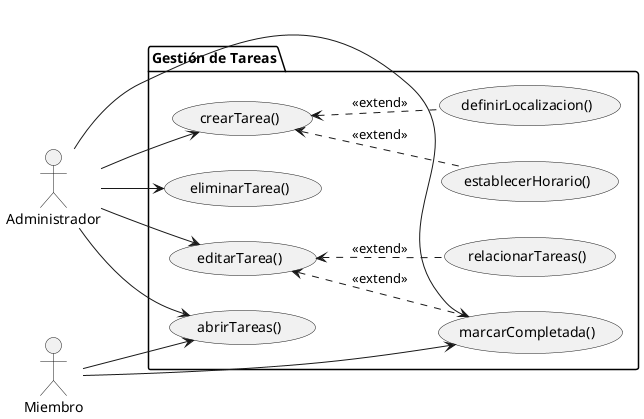
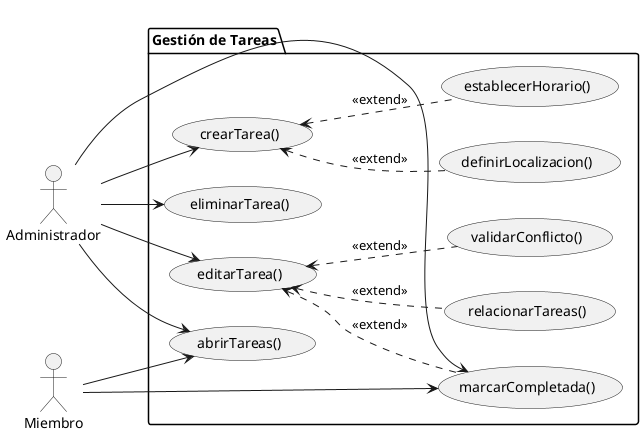
@startuml DiagramaGestionTareas
left to right direction
+ 
actor "Administrador" as Admin
actor "Miembro" as Miem

-     package "Gestión de Tareas" {
-         usecase "crearTarea()" as UC1
-         usecase "editarTarea()" as UC2
-         usecase "eliminarTarea()" as UC3
-         usecase "marcarCompletada()" as UC4
-         usecase "relacionarTareas()" as UC5
-         usecase "establecerHorario()" as UC6
-         usecase "definirLocalizacion()" as UC7
-         usecase "abrirTareas()" as UC8
-     }
+ package "Gestión de Tareas" {
+     usecase "crearTarea()" as UC1
+     usecase "editarTarea()" as UC2
+     usecase "eliminarTarea()" as UC3
+     usecase "marcarCompletada()" as UC4
+     usecase "relacionarTareas()" as UC5
+     usecase "establecerHorario()" as UC6
+     usecase "definirLocalizacion()" as UC7
+     usecase "abrirTareas()" as UC8
+     usecase "validarConflicto()" as UC9
+ }

-     Admin --> UC1
-     Admin --> UC3
-     Admin --> UC4
-     Admin --> UC8
-     Admin -left-> UC2
-     Miem --> UC8
-     Miem --> UC4
-     UC2 <.. UC5 : <<extend>>
-     UC2 <.. UC4 : <<extend>>
-     UC1 <.. UC6 : <<extend>>
-     UC1 <.. UC7 : <<extend>>
+ Admin --> UC1
+ Admin --> UC3
+ Admin --> UC4
+ Admin --> UC8
+ Admin -left-> UC2
+ 
+ Miem --> UC8
+ Miem --> UC4
+ 
+ ' Relaciones de extensión
+ UC2 <.. UC5 : <<extend>>
+ UC2 <.. UC4 : <<extend>>
+ UC2 <.. UC9 : <<extend>>
+ UC1 <.. UC6 : <<extend>>
+ UC1 <.. UC7 : <<extend>>
+ 
@enduml